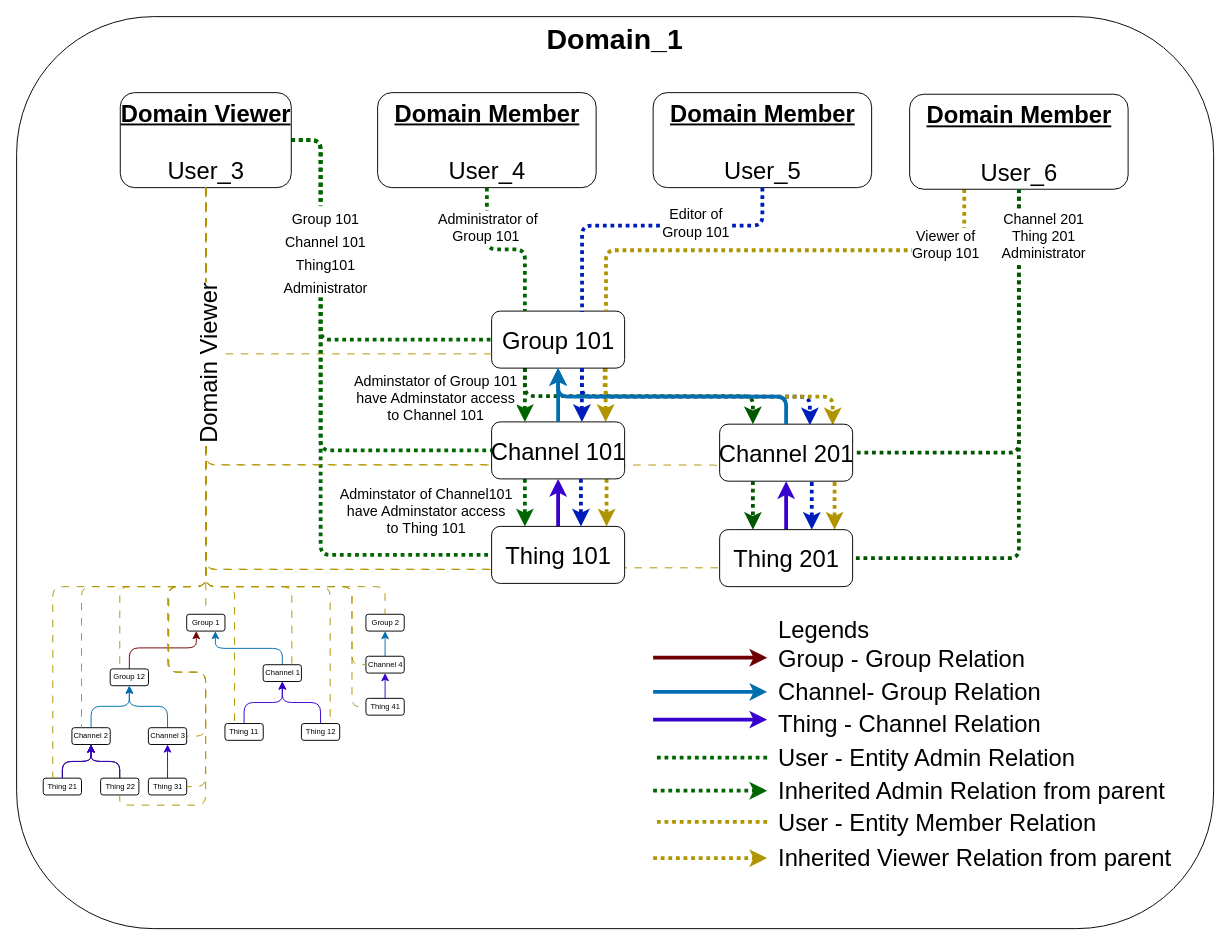
Earlier version of the draw.io diagram docs/diagrams/group_users_viewer_3.drawio (absmach/supermq-docs). Source tidied: cells renumbered, new cells numbered last; positions are measured from the earlier drawing's top-left corner, leaving out a move shared by most shapes. Both pictures are drawn from the tidied source at 95%, with x=0, y=0 at pixel (16, 16).
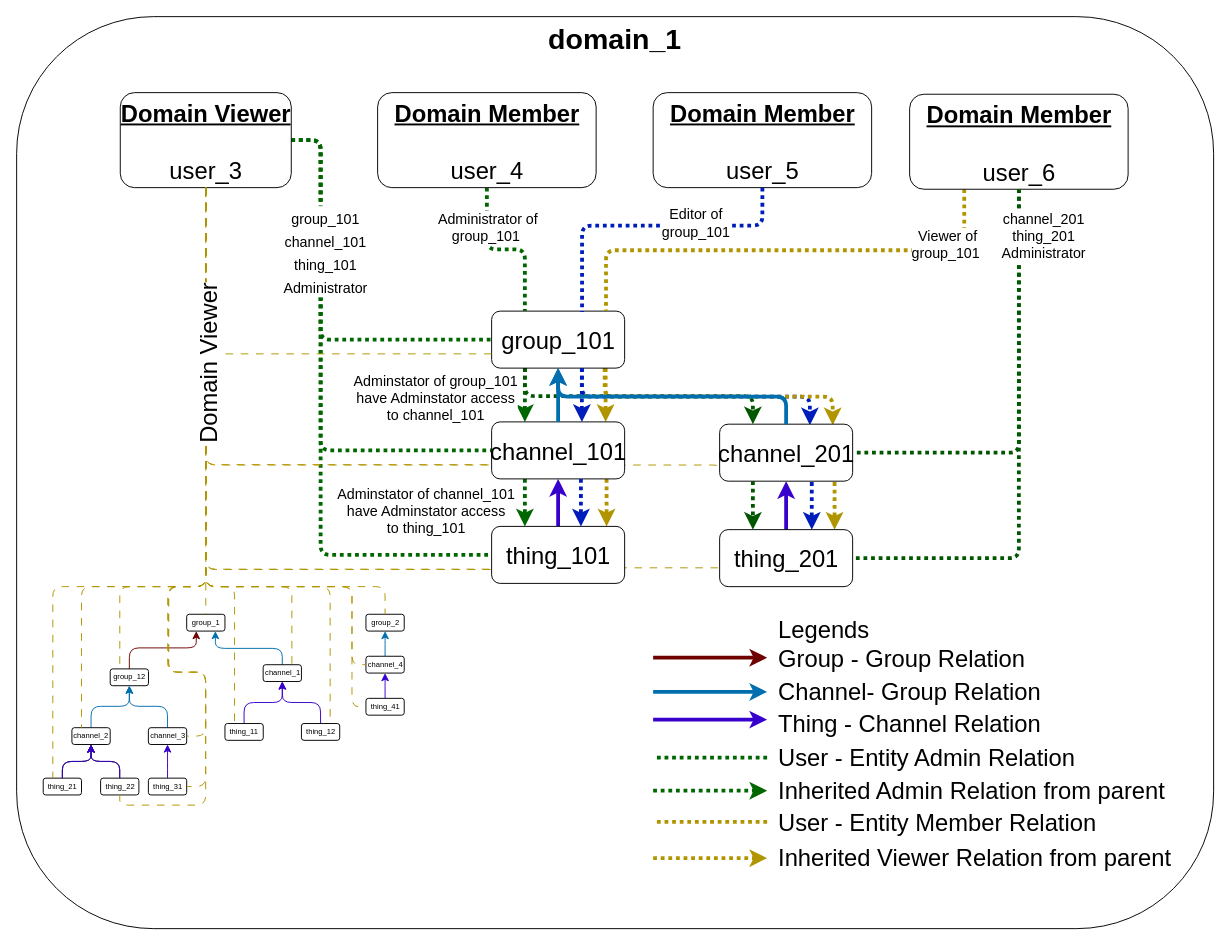
The same diagram, later.

The change refers to these unchanged cells:
```xml
<mxCell id="9" style="group;fontSize=8;" parent="8" vertex="1">
  <mxGeometry x="28" y="607" width="380" height="230" as="geometry" />
</mxCell>
<mxCell id="44" style="edgeStyle=orthogonalEdgeStyle;html=1;entryX=0;entryY=0.5;entryDx=0;entryDy=0;dashed=1;dashPattern=1 1;strokeColor=#006600;strokeWidth=4;fontSize=20;endArrow=none;endFill=0;" parent="36" edge="1" source="48" target="85">
  <mxGeometry relative="1" as="geometry">
    <Array as="points">
      <mxPoint x="320" y="130" />
      <mxPoint x="320" y="567" />
    </Array>
  </mxGeometry>
</mxCell>
<mxCell id="59" style="edgeStyle=orthogonalEdgeStyle;html=1;exitX=0.25;exitY=1;exitDx=0;exitDy=0;entryX=0.25;entryY=0;entryDx=0;entryDy=0;dashed=1;dashPattern=1 1;strokeWidth=4;endArrow=classic;endFill=1;fillColor=#fa6800;strokeColor=#006600;" parent="36" edge="1" source="65" target="69">
  <mxGeometry relative="1" as="geometry" />
</mxCell>
<mxCell id="66" style="edgeStyle=orthogonalEdgeStyle;html=1;exitX=0.25;exitY=1;exitDx=0;exitDy=0;entryX=0.25;entryY=0;entryDx=0;entryDy=0;dashed=1;dashPattern=1 1;strokeWidth=4;endArrow=classic;endFill=1;fillColor=#fa6800;strokeColor=#006600;" parent="36" edge="1" source="69" target="85">
  <mxGeometry relative="1" as="geometry" />
</mxCell>
<mxCell id="70" style="edgeStyle=orthogonalEdgeStyle;html=1;entryX=0.25;entryY=0;entryDx=0;entryDy=0;dashed=1;dashPattern=1 1;strokeWidth=4;endArrow=none;endFill=0;fillColor=#fa6800;strokeColor=#006600;" parent="36" edge="1" source="72" target="65">
  <mxGeometry relative="1" as="geometry" />
</mxCell>
<mxCell id="73" style="edgeStyle=orthogonalEdgeStyle;html=1;dashed=1;dashPattern=1 1;strokeWidth=4;endArrow=none;endFill=0;fillColor=#e3c800;strokeColor=#B09500;exitX=0.25;exitY=1;exitDx=0;exitDy=0;entryX=0.86;entryY=-0.003;entryDx=0;entryDy=0;entryPerimeter=0;" parent="36" edge="1" source="76" target="65">
  <mxGeometry relative="1" as="geometry" />
</mxCell>
<mxCell id="78" style="edgeStyle=orthogonalEdgeStyle;html=1;exitX=0.5;exitY=1;exitDx=0;exitDy=0;entryX=1;entryY=0.5;entryDx=0;entryDy=0;strokeColor=#005700;endArrow=none;endFill=0;strokeWidth=4;dashed=1;dashPattern=1 1;fillColor=#008a00;" parent="36" edge="1" source="76" target="88">
  <mxGeometry relative="1" as="geometry" />
</mxCell>
<mxCell id="90" style="edgeStyle=orthogonalEdgeStyle;html=1;entryX=0.68;entryY=0.014;entryDx=0;entryDy=0;fillColor=#0050ef;strokeColor=#001DBC;strokeWidth=4;dashed=1;dashPattern=1 1;entryPerimeter=0;endArrow=none;endFill=0;" parent="83" edge="1" source="75" target="65">
  <mxGeometry relative="1" as="geometry">
    <Array as="points">
      <mxPoint x="785" y="220" />
      <mxPoint x="595" y="220" />
      <mxPoint x="595" y="311" />
    </Array>
  </mxGeometry>
</mxCell>
```

Diff of the diagram source:
```diff
@@
-    <mxCell id="7" value="&lt;font style=&quot;font-size: 30px;&quot;&gt;&lt;b style=&quot;&quot;&gt;Domain_1&lt;/b&gt;&lt;/font&gt;" style="rounded=1;whiteSpace=wrap;html=1;verticalAlign=top;fillColor=default;" parent="6" vertex="1">
+    <mxCell id="7" value="&lt;font style=&quot;font-size: 30px;&quot;&gt;&lt;b style=&quot;&quot;&gt;domain_1&lt;/b&gt;&lt;/font&gt;" style="rounded=1;whiteSpace=wrap;html=1;verticalAlign=top;fillColor=default;" parent="6" vertex="1">
       <mxGeometry width="1260" height="960" as="geometry" />
     </mxCell>
@@
-    <mxCell id="10" value="Group 1" style="rounded=1;html=1;fontSize=8;" parent="9" vertex="1">
+    <mxCell id="10" value="group_1" style="rounded=1;html=1;fontSize=8;" parent="9" vertex="1">
       <mxGeometry x="151" y="22.1" width="40.3" height="17.7" as="geometry" />
     </mxCell>
@@
-    <mxCell id="12" value="Group 12" style="rounded=1;whiteSpace=wrap;html=1;fontSize=8;" parent="9" vertex="1">
+    <mxCell id="12" value="group_12" style="rounded=1;whiteSpace=wrap;html=1;fontSize=8;" parent="9" vertex="1">
       <mxGeometry x="70.5" y="79.6" width="40.3" height="17.7" as="geometry" />
     </mxCell>
@@
-    <mxCell id="14" value="Channel 2" style="rounded=1;html=1;fontSize=8;" parent="9" vertex="1">
+    <mxCell id="14" value="channel_2" style="rounded=1;html=1;fontSize=8;" parent="9" vertex="1">
       <mxGeometry x="30.2" y="141.5" width="40.3" height="17.7" as="geometry" />
     </mxCell>
@@
-    <mxCell id="16" value="Channel 3" style="rounded=1;html=1;fontSize=8;" parent="9" vertex="1">
+    <mxCell id="16" value="channel_3" style="rounded=1;html=1;fontSize=8;" parent="9" vertex="1">
       <mxGeometry x="110.7" y="141.5" width="40.3" height="17.7" as="geometry" />
     </mxCell>
@@
-    <mxCell id="18" value="Channel 1" style="rounded=1;html=1;fontSize=8;" parent="9" vertex="1">
+    <mxCell id="18" value="channel_1" style="rounded=1;html=1;fontSize=8;" parent="9" vertex="1">
       <mxGeometry x="231.5" y="75.2" width="40.3" height="17.7" as="geometry" />
     </mxCell>
@@
-    <mxCell id="20" value="Thing 11" style="rounded=1;html=1;fontSize=8;" parent="9" vertex="1">
+    <mxCell id="20" value="thing_11" style="rounded=1;html=1;fontSize=8;" parent="9" vertex="1">
       <mxGeometry x="191.3" y="137.1" width="40.3" height="17.7" as="geometry" />
     </mxCell>
@@
-    <mxCell id="22" value="Thing 12" style="rounded=1;html=1;fontSize=8;" parent="9" vertex="1">
+    <mxCell id="22" value="thing_12" style="rounded=1;html=1;fontSize=8;" parent="9" vertex="1">
       <mxGeometry x="271.8" y="137.1" width="40.3" height="17.7" as="geometry" />
     </mxCell>
@@
-    <mxCell id="24" value="Thing 21" style="rounded=1;html=1;fontSize=8;" parent="9" vertex="1">
+    <mxCell id="24" value="thing_21" style="rounded=1;html=1;fontSize=8;" parent="9" vertex="1">
       <mxGeometry y="194.6" width="40.3" height="17.7" as="geometry" />
     </mxCell>
@@
-    <mxCell id="26" value="Thing 22" style="rounded=1;html=1;fontSize=8;" parent="9" vertex="1">
+    <mxCell id="26" value="thing_22" style="rounded=1;html=1;fontSize=8;" parent="9" vertex="1">
       <mxGeometry x="60.4" y="194.6" width="40.3" height="17.7" as="geometry" />
     </mxCell>
@@
-    <mxCell id="28" value="Thing 31" style="rounded=1;html=1;fontSize=8;" parent="9" vertex="1">
+    <mxCell id="28" value="thing_31" style="rounded=1;html=1;fontSize=8;" parent="9" vertex="1">
       <mxGeometry x="110.7" y="194.6" width="40.3" height="17.7" as="geometry" />
     </mxCell>
@@
-    <mxCell id="31" value="Group 2" style="rounded=1;html=1;fontSize=8;" parent="9" vertex="1">
+    <mxCell id="31" value="group_2" style="rounded=1;html=1;fontSize=8;" parent="9" vertex="1">
       <mxGeometry x="339.7" y="22.1" width="40.3" height="17.7" as="geometry" />
     </mxCell>
@@
-    <mxCell id="33" value="Channel 4" style="rounded=1;html=1;fontSize=8;" parent="9" vertex="1">
+    <mxCell id="33" value="channel_4" style="rounded=1;html=1;fontSize=8;" parent="9" vertex="1">
       <mxGeometry x="339.7" y="66.3" width="40.3" height="17.7" as="geometry" />
     </mxCell>
@@
-    <mxCell id="35" value="Thing 41" style="rounded=1;html=1;fontSize=8;" parent="9" vertex="1">
+    <mxCell id="35" value="thing_41" style="rounded=1;html=1;fontSize=8;" parent="9" vertex="1">
       <mxGeometry x="339.7" y="110.6" width="40.3" height="17.7" as="geometry" />
     </mxCell>
@@
-    <mxCell id="45" value="&lt;span style=&quot;font-size: 15px;&quot;&gt;Group 101&lt;/span&gt;&lt;br style=&quot;font-size: 15px;&quot;&gt;&lt;span style=&quot;font-size: 15px;&quot;&gt;Channel 101&lt;/span&gt;&lt;br style=&quot;font-size: 15px;&quot;&gt;&lt;span style=&quot;font-size: 15px;&quot;&gt;Thing101&lt;/span&gt;&lt;br style=&quot;font-size: 15px;&quot;&gt;&lt;span style=&quot;font-size: 15px;&quot;&gt;Administrator&lt;/span&gt;" style="edgeLabel;html=1;align=center;verticalAlign=middle;fontSize=20;" parent="44" vertex="1">
+    <mxCell id="45" value="&lt;span style=&quot;font-size: 15px;&quot;&gt;group_101&lt;/span&gt;&lt;br style=&quot;font-size: 15px;&quot;&gt;&lt;span style=&quot;font-size: 15px;&quot;&gt;channel_101&lt;/span&gt;&lt;br style=&quot;font-size: 15px;&quot;&gt;&lt;span style=&quot;font-size: 15px;&quot;&gt;thing_101&lt;/span&gt;&lt;br style=&quot;font-size: 15px;&quot;&gt;&lt;span style=&quot;font-size: 15px;&quot;&gt;Administrator&lt;/span&gt;" style="edgeLabel;html=1;align=center;verticalAlign=middle;fontSize=20;" parent="44" vertex="1">
       <mxGeometry x="-0.53" y="4" relative="1" as="geometry">
         <mxPoint y="-5" as="offset" />
       </mxGeometry>
     </mxCell>
@@
-    <mxCell id="48" value="&lt;font style=&quot;font-size: 25px;&quot;&gt;&lt;b&gt;&lt;u&gt;Domain Viewer&lt;/u&gt;&lt;/b&gt;&lt;br&gt;&lt;br&gt;User_3&lt;/font&gt;" style="rounded=1;html=1;fontSize=25;verticalAlign=top;" parent="36" vertex="1">
+    <mxCell id="48" value="&lt;font style=&quot;font-size: 25px;&quot;&gt;&lt;b&gt;&lt;u&gt;Domain Viewer&lt;/u&gt;&lt;/b&gt;&lt;br&gt;&lt;br&gt;user_3&lt;/font&gt;" style="rounded=1;html=1;fontSize=25;verticalAlign=top;" parent="36" vertex="1">
       <mxGeometry x="109.1" y="80" width="180" height="100" as="geometry" />
     </mxCell>
@@
-    <mxCell id="60" value="Adminstator of Group 101 &lt;br&gt;have Adminstator access &lt;br&gt;to Channel 101" style="edgeLabel;html=1;align=center;verticalAlign=middle;fontSize=15;" parent="59" vertex="1">
+    <mxCell id="60" value="Adminstator of group_101 &lt;br&gt;have Adminstator access &lt;br&gt;to channel_101" style="edgeLabel;html=1;align=center;verticalAlign=middle;fontSize=15;" parent="59" vertex="1">
       <mxGeometry x="-0.13" relative="1" as="geometry">
         <mxPoint x="-95" y="5" as="offset" />
       </mxGeometry>
     </mxCell>
@@
-    <mxCell id="65" value="Group 101" style="rounded=1;html=1;fontSize=25;" parent="36" vertex="1">
+    <mxCell id="65" value="group_101" style="rounded=1;html=1;fontSize=25;" parent="36" vertex="1">
       <mxGeometry x="500" y="310" width="140" height="60" as="geometry" />
     </mxCell>
@@
-    <mxCell id="67" value="Adminstator of Channel101&lt;br&gt;have Adminstator access&lt;br&gt;to Thing 101" style="edgeLabel;html=1;align=center;verticalAlign=middle;fontSize=15;" parent="66" vertex="1">
+    <mxCell id="67" value="Adminstator of channel_101&lt;br&gt;have Adminstator access&lt;br&gt;to thing_101" style="edgeLabel;html=1;align=center;verticalAlign=middle;fontSize=15;" parent="66" vertex="1">
       <mxGeometry x="-0.19" y="-1" relative="1" as="geometry">
         <mxPoint x="-104" y="13" as="offset" />
       </mxGeometry>
     </mxCell>
@@
-    <mxCell id="69" value="Channel 101" style="rounded=1;html=1;fontSize=25;" parent="36" vertex="1">
+    <mxCell id="69" value="channel_101" style="rounded=1;html=1;fontSize=25;" parent="36" vertex="1">
       <mxGeometry x="500" y="426.6" width="140" height="60" as="geometry" />
     </mxCell>
@@
-    <mxCell id="71" value="&lt;font style=&quot;font-size: 15px;&quot;&gt;&lt;font style=&quot;font-size: 15px;&quot;&gt;&amp;nbsp;Administrator of&amp;nbsp;&lt;br&gt;&lt;/font&gt;Group 101&amp;nbsp;&lt;/font&gt;" style="edgeLabel;html=1;align=center;verticalAlign=middle;" parent="70" vertex="1">
+    <mxCell id="71" value="&lt;font style=&quot;font-size: 15px;&quot;&gt;&lt;font style=&quot;font-size: 15px;&quot;&gt;&amp;nbsp;Administrator of&amp;nbsp;&lt;br&gt;&lt;/font&gt;group_101&amp;nbsp;&lt;/font&gt;" style="edgeLabel;html=1;align=center;verticalAlign=middle;" parent="70" vertex="1">
       <mxGeometry x="0.42" y="1" relative="1" as="geometry">
         <mxPoint x="-41" y="-40" as="offset" />
       </mxGeometry>
     </mxCell>
-    <mxCell id="72" value="&lt;font style=&quot;font-size: 25px;&quot;&gt;&lt;b&gt;&lt;u&gt;Domain Member&lt;/u&gt;&lt;/b&gt;&lt;br&gt;&lt;br&gt;User_4&lt;/font&gt;" style="rounded=1;html=1;fontSize=25;verticalAlign=top;" parent="36" vertex="1">
+    <mxCell id="72" value="&lt;font style=&quot;font-size: 25px;&quot;&gt;&lt;b&gt;&lt;u&gt;Domain Member&lt;/u&gt;&lt;/b&gt;&lt;br&gt;&lt;br&gt;user_4&lt;/font&gt;" style="rounded=1;html=1;fontSize=25;verticalAlign=top;" parent="36" vertex="1">
       <mxGeometry x="380" y="80" width="230" height="100" as="geometry" />
     </mxCell>
@@
-    <mxCell id="74" value="&lt;font style=&quot;font-size: 15px;&quot;&gt;Viewer of&amp;nbsp;&lt;br&gt;&lt;/font&gt;&lt;span style=&quot;font-size: 15px;&quot;&gt;Group 101&amp;nbsp;&lt;/span&gt;" style="edgeLabel;html=1;align=center;verticalAlign=middle;" parent="73" vertex="1">
+    <mxCell id="74" value="&lt;font style=&quot;font-size: 15px;&quot;&gt;Viewer of &lt;br&gt;g&lt;/font&gt;&lt;span style=&quot;font-size: 15px;&quot;&gt;roup_101&amp;nbsp;&lt;/span&gt;" style="edgeLabel;html=1;align=center;verticalAlign=middle;" parent="73" vertex="1">
       <mxGeometry x="-0.62" y="-6" relative="1" as="geometry">
         <mxPoint x="14" as="offset" />
       </mxGeometry>
     </mxCell>
-    <mxCell id="75" value="&lt;font style=&quot;font-size: 25px;&quot;&gt;&lt;b&gt;&lt;u&gt;Domain Member&lt;/u&gt;&lt;/b&gt;&lt;br&gt;&lt;br&gt;User_5&lt;/font&gt;" style="rounded=1;html=1;fontSize=25;verticalAlign=top;" parent="36" vertex="1">
+    <mxCell id="75" value="&lt;font style=&quot;font-size: 25px;&quot;&gt;&lt;b&gt;&lt;u&gt;Domain Member&lt;/u&gt;&lt;/b&gt;&lt;br&gt;&lt;br&gt;user_5&lt;/font&gt;" style="rounded=1;html=1;fontSize=25;verticalAlign=top;" parent="36" vertex="1">
       <mxGeometry x="670" y="80" width="230" height="100" as="geometry" />
     </mxCell>
-    <mxCell id="76" value="&lt;font style=&quot;font-size: 25px;&quot;&gt;&lt;b&gt;&lt;u&gt;Domain Member&lt;/u&gt;&lt;/b&gt;&lt;br&gt;&lt;br&gt;User_6&lt;/font&gt;" style="rounded=1;html=1;fontSize=25;verticalAlign=top;" parent="36" vertex="1">
+    <mxCell id="76" value="&lt;font style=&quot;font-size: 25px;&quot;&gt;&lt;b&gt;&lt;u&gt;Domain Member&lt;/u&gt;&lt;/b&gt;&lt;br&gt;&lt;br&gt;user_6&lt;/font&gt;" style="rounded=1;html=1;fontSize=25;verticalAlign=top;" parent="36" vertex="1">
       <mxGeometry x="940" y="81.7" width="230" height="100" as="geometry" />
     </mxCell>
@@
-    <mxCell id="79" value="&lt;font style=&quot;font-size: 15px;&quot;&gt;Channel 201&lt;br&gt;Thing 201 &lt;br&gt;Administrator&lt;/font&gt;" style="edgeLabel;html=1;align=center;verticalAlign=middle;" parent="78" vertex="1">
+    <mxCell id="79" value="&lt;font style=&quot;font-size: 15px;&quot;&gt;channel_201&lt;br&gt;thing_201 &lt;br&gt;Administrator&lt;/font&gt;" style="edgeLabel;html=1;align=center;verticalAlign=middle;" parent="78" vertex="1">
       <mxGeometry x="-0.15" y="-2" relative="1" as="geometry">
         <mxPoint x="27" y="-143" as="offset" />
       </mxGeometry>
     </mxCell>
@@
-    <mxCell id="85" value="Thing 101" style="rounded=1;html=1;fontSize=25;" parent="83" vertex="1">
+    <mxCell id="85" value="thing_101" style="rounded=1;html=1;fontSize=25;" parent="83" vertex="1">
       <mxGeometry x="500" y="536.6" width="140" height="60" as="geometry" />
     </mxCell>
@@
-    <mxCell id="88" value="Channel 201" style="rounded=1;html=1;fontSize=25;" parent="83" vertex="1">
+    <mxCell id="88" value="channel_201" style="rounded=1;html=1;fontSize=25;" parent="83" vertex="1">
       <mxGeometry x="740" y="429" width="140" height="60" as="geometry" />
     </mxCell>
-    <mxCell id="89" value="Thing 201" style="rounded=1;html=1;fontSize=25;" parent="83" vertex="1">
+    <mxCell id="89" value="thing_201" style="rounded=1;html=1;fontSize=25;" parent="83" vertex="1">
       <mxGeometry x="740" y="540" width="140" height="60" as="geometry" />
     </mxCell>
@@
-    <mxCell id="91" value="&lt;font style=&quot;font-size: 15px;&quot;&gt;Editor of &lt;br&gt;Group 101&lt;/font&gt;" style="edgeLabel;html=1;align=center;verticalAlign=middle;" parent="90" vertex="1">
+    <mxCell id="91" value="&lt;font style=&quot;font-size: 15px;&quot;&gt;Editor of &lt;br&gt;group_101&lt;/font&gt;" style="edgeLabel;html=1;align=center;verticalAlign=middle;" parent="90" vertex="1">
       <mxGeometry x="-0.31" y="-4" relative="1" as="geometry" />
     </mxCell>
```
